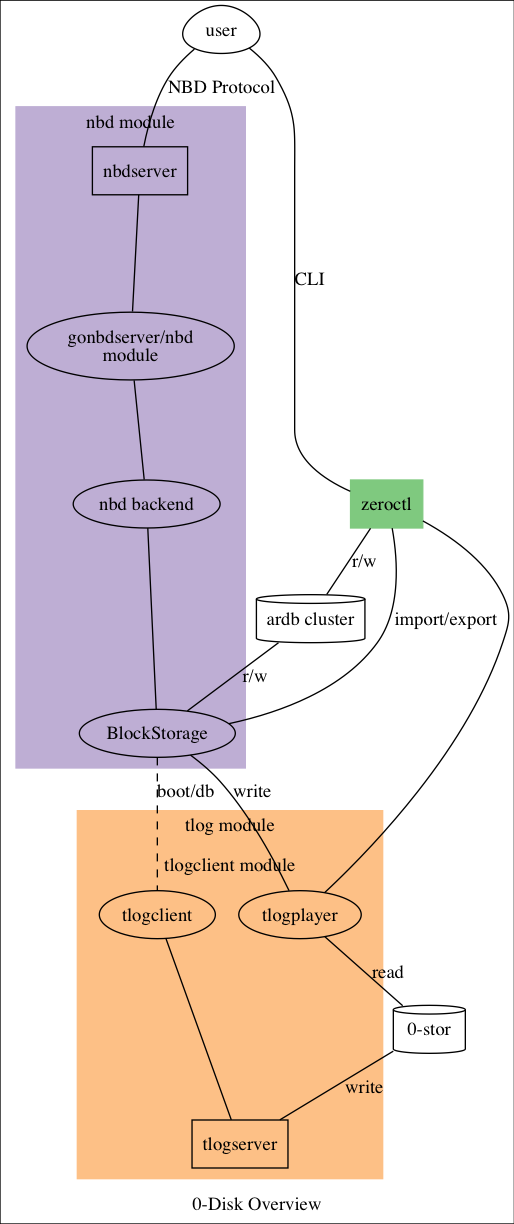
Earlier version of the Graphviz export docs/assets/zerodisk_overview.png (g8os/EFBD). Its source is kept beside it as docs/assets/src/zerodisk_overview.dot.
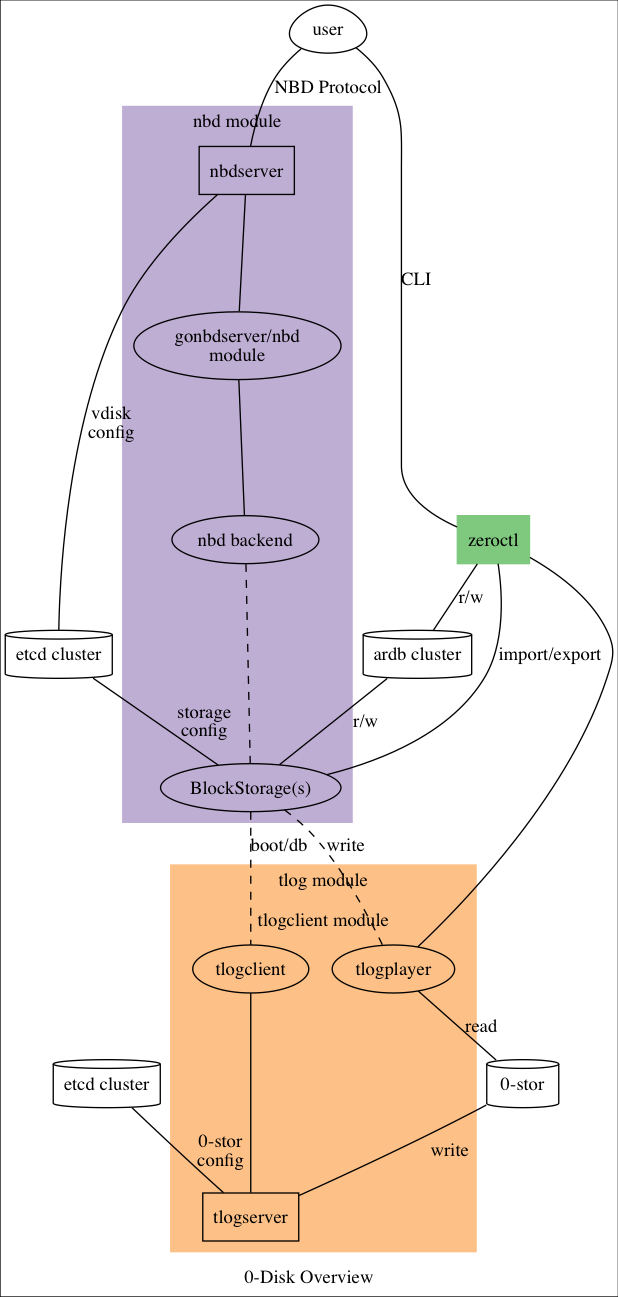
The same file after the commit.

Commit message:
update zerodisk overview graph

What changed in the source:
```diff
@@ -35,6 +35,9 @@
     tlogclient -- tlogserver
   }
 
+  tlogETCD [label="etcd cluster" shape=cylinder]
+  tlogETCD -- tlogserver [label="0-stor\nconfig"]
+
   subgraph clusterNBD {
     color=2
     style=filled
@@ -49,15 +52,19 @@
     ]
 
     nbdBackend [label="nbd backend"]
-    nbdStorage [label="BlockStorage"]
+    nbdStorage [label="BlockStorage(s)"]
 
     nbdserver -- gonbdserver
-    nbdBackend -- nbdStorage
+    nbdBackend -- nbdStorage [style="dashed"]
     gonbdserver -- nbdBackend
-    nbdStorage -- tlogplayer [label="write"]
+    nbdStorage -- tlogplayer [label="write" style="dashed"]
     nbdStorage -- tlogclient
       [label="boot/db" style="dashed"]
   }
+
+  nbdETCD [label="etcd cluster" shape=cylinder]
+  nbdETCD -- nbdStorage [label="storage\nconfig" weight=0]
+  nbdETCD -- nbdserver [label="vdisk\nconfig" weight=0]
 
   tlogplayer -- zerostor [label="read"]
   zeroctl -- tlogplayer
```
